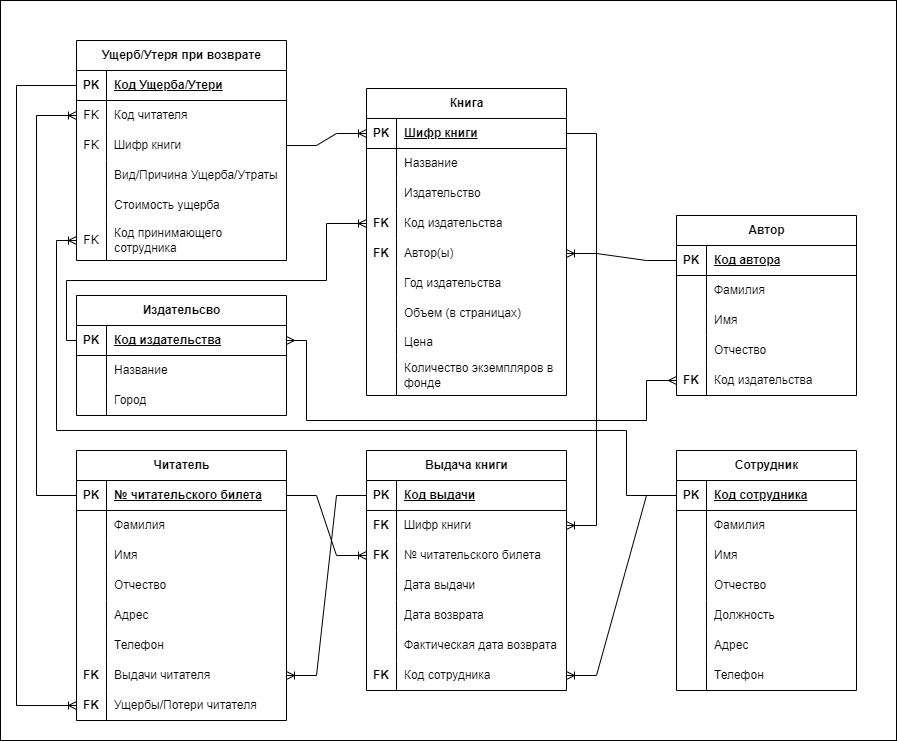
Earlier version of the draw.io export Logic_Struct/Library_Logic_Struct.png (lapisgame/Library_DataBase_1T). Source tidied: cells renumbered, new cells last; positions are measured from the earlier drawing's top-left corner, leaving out a move shared by most shapes.
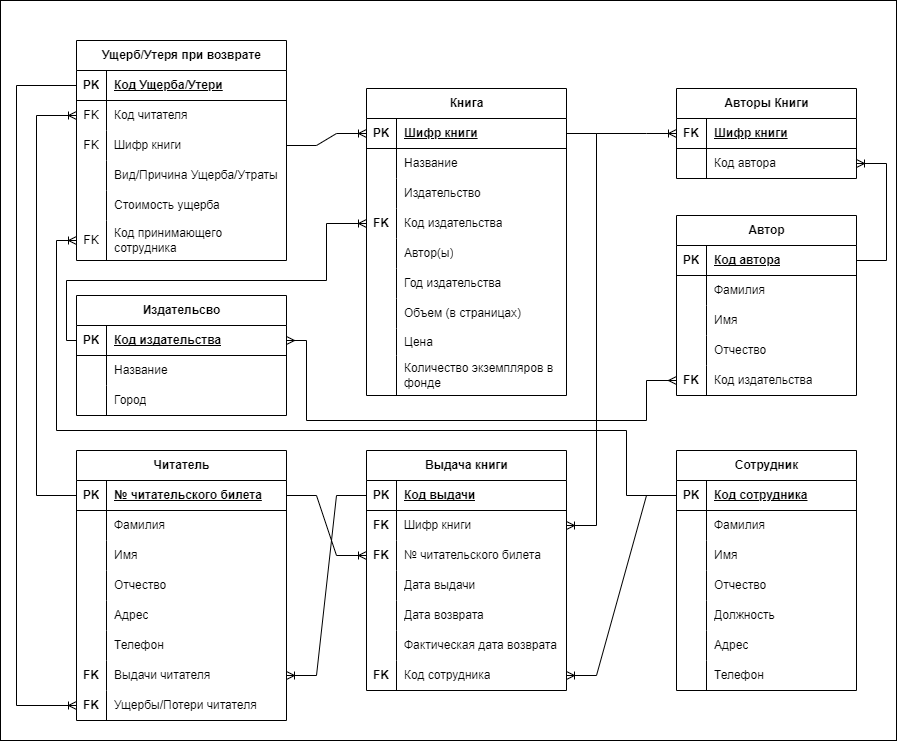
Later version of the same file.

Commit message:
Fix error with author connect logic

Diff of the diagram source:
```diff
@@ -122,7 +122,7 @@
     <mxCell id="41" style="shape=tableRow;horizontal=0;startSize=0;swimlaneHead=0;swimlaneBody=0;fillColor=none;points=[[0,0.5],[1,0.5]];portConstraint=eastwest;top=0;left=0;right=0;bottom=0;" parent="28" vertex="1">
       <mxGeometry y="150" width="200" height="30" as="geometry" />
     </mxCell>
-    <mxCell id="42" value="&lt;b&gt;FK&lt;/b&gt;" style="shape=partialRectangle;fillColor=none;top=0;left=0;bottom=0;right=0;overflow=hidden;whiteSpace=wrap;html=1;" parent="41" vertex="1">
+    <mxCell id="42" style="shape=partialRectangle;fillColor=none;top=0;left=0;bottom=0;right=0;overflow=hidden;whiteSpace=wrap;html=1;" parent="41" vertex="1">
       <mxGeometry width="30" height="30" as="geometry" />
     </mxCell>
     <mxCell id="43" value="Автор(ы)" style="shape=partialRectangle;fillColor=none;top=0;left=0;bottom=0;right=0;align=left;spacingLeft=6;overflow=hidden;whiteSpace=wrap;html=1;" parent="41" vertex="1">
@@ -473,9 +473,6 @@
         </Array>
       </mxGeometry>
     </mxCell>
-    <mxCell id="153" style="edgeStyle=entityRelationEdgeStyle;fontSize=12;html=1;endArrow=ERoneToMany;rounded=0;exitX=0;exitY=0.5;exitDx=0;exitDy=0;entryX=1;entryY=0.5;entryDx=0;entryDy=0;" parent="1" edge="1" source="137" target="41">
-      <mxGeometry relative="1" as="geometry" />
-    </mxCell>
     <mxCell id="154" style="edgeStyle=orthogonalEdgeStyle;fontSize=12;html=1;endArrow=ERoneToMany;rounded=0;exitX=0;exitY=0.5;exitDx=0;exitDy=0;entryX=0;entryY=0.5;entryDx=0;entryDy=0;" parent="1" edge="1" source="90" target="131">
       <mxGeometry relative="1" as="geometry">
         <Array as="points">
@@ -493,5 +490,32 @@
         </Array>
       </mxGeometry>
     </mxCell>
+    <mxCell id="156" value="Авторы Книги" style="shape=table;startSize=30;rowLines=0;fontStyle=1;align=center;html=1;" parent="1" vertex="1">
+      <mxGeometry x="676" y="88" width="180" height="90" as="geometry" />
+    </mxCell>
+    <mxCell id="157" style="shape=tableRow;horizontal=0;startSize=0;swimlaneHead=0;swimlaneBody=0;fillColor=none;points=[[0,0.5],[1,0.5]];portConstraint=eastwest;top=0;left=0;right=0;bottom=1;" parent="156" vertex="1">
+      <mxGeometry y="30" width="180" height="30" as="geometry" />
+    </mxCell>
+    <mxCell id="158" value="FK" style="shape=partialRectangle;fillColor=none;top=0;left=0;bottom=0;right=0;fontStyle=1;overflow=hidden;whiteSpace=wrap;html=1;" parent="157" vertex="1">
+      <mxGeometry width="30" height="30" as="geometry" />
+    </mxCell>
+    <mxCell id="159" value="Шифр книги" style="shape=partialRectangle;fillColor=none;top=0;left=0;bottom=0;right=0;align=left;spacingLeft=6;fontStyle=5;overflow=hidden;whiteSpace=wrap;html=1;" parent="157" vertex="1">
+      <mxGeometry x="30" width="150" height="30" as="geometry" />
+    </mxCell>
+    <mxCell id="160" style="shape=tableRow;horizontal=0;startSize=0;swimlaneHead=0;swimlaneBody=0;fillColor=none;points=[[0,0.5],[1,0.5]];portConstraint=eastwest;top=0;left=0;right=0;bottom=0;" parent="156" vertex="1">
+      <mxGeometry y="60" width="180" height="30" as="geometry" />
+    </mxCell>
+    <mxCell id="161" style="shape=partialRectangle;fillColor=none;top=0;left=0;bottom=0;right=0;overflow=hidden;whiteSpace=wrap;html=1;" parent="160" vertex="1">
+      <mxGeometry width="30" height="30" as="geometry" />
+    </mxCell>
+    <mxCell id="162" value="Код автора" style="shape=partialRectangle;fillColor=none;top=0;left=0;bottom=0;right=0;align=left;spacingLeft=6;overflow=hidden;whiteSpace=wrap;html=1;" parent="160" vertex="1">
+      <mxGeometry x="30" width="150" height="30" as="geometry" />
+    </mxCell>
+    <mxCell id="163" style="edgeStyle=entityRelationEdgeStyle;fontSize=12;html=1;endArrow=ERoneToMany;rounded=0;entryX=0;entryY=0.5;entryDx=0;entryDy=0;exitX=1;exitY=0.5;exitDx=0;exitDy=0;" parent="1" edge="1" source="29" target="157">
+      <mxGeometry relative="1" as="geometry" />
+    </mxCell>
+    <mxCell id="164" style="edgeStyle=entityRelationEdgeStyle;fontSize=12;html=1;endArrow=ERoneToMany;rounded=0;entryX=1;entryY=0.5;entryDx=0;entryDy=0;exitX=1;exitY=0.5;exitDx=0;exitDy=0;" parent="1" edge="1" source="137" target="160">
+      <mxGeometry relative="1" as="geometry" />
+    </mxCell>
   </root>
 </mxGraphModel>
```
